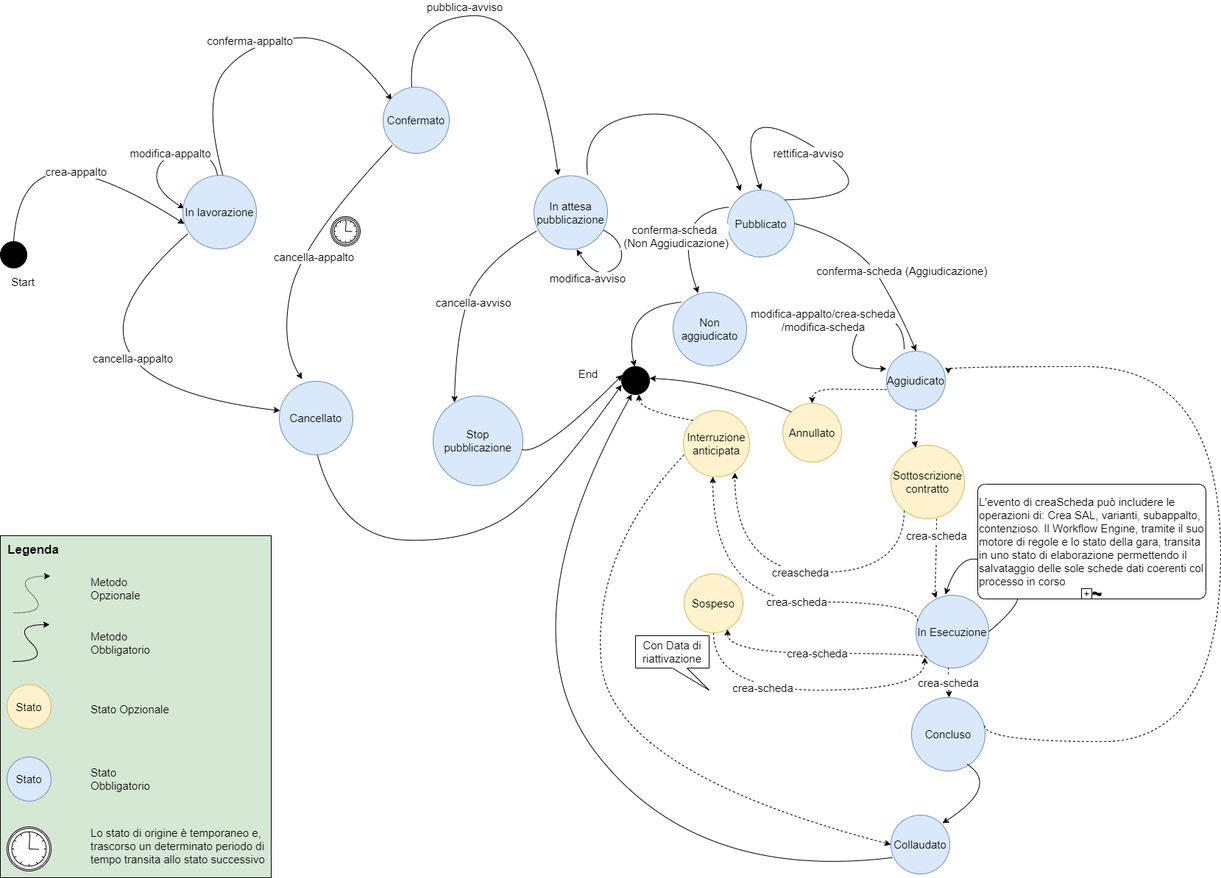
Above: docs/immagini/diagramma-stati-appalto.png in anticorruzione/npa (draw.io), before the change. Source tidied: cells renumbered, new cells last; positions are measured from the earlier drawing's top-left corner, leaving out a move shared by most shapes.
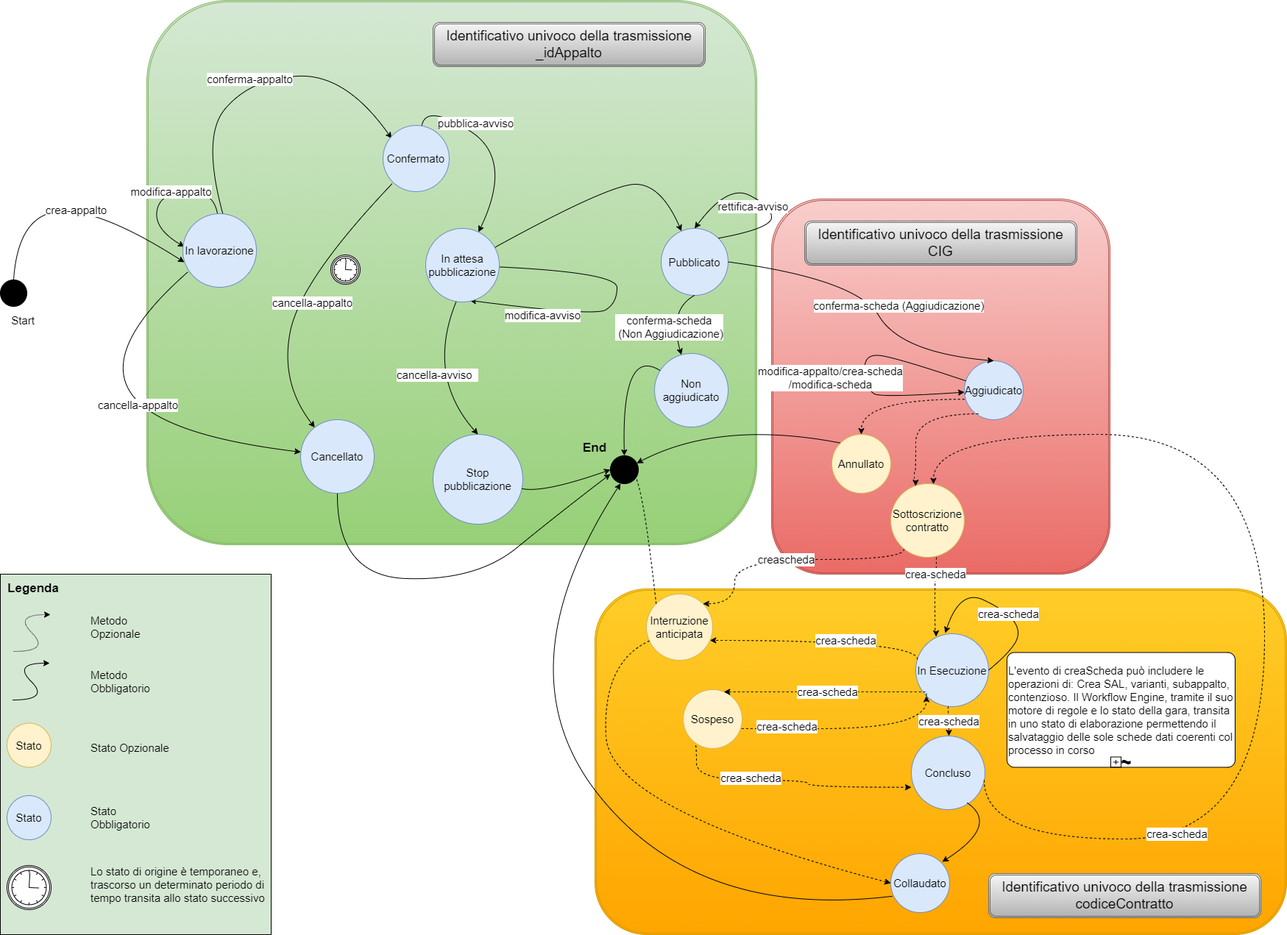
After the change.

What changed in the source:
```diff
@@ -4,2 +4,11 @@
     <mxCell id="1" parent="0" />
+    <mxCell id="69" style="shape=ext;double=1;rounded=1;whiteSpace=wrap;html=1;fillColor=#d5e8d4;strokeColor=#82b366;gradientColor=#97d077;" parent="1" vertex="1">
+      <mxGeometry x="199" y="-66" width="829" height="740" as="geometry" />
+    </mxCell>
+    <mxCell id="70" style="shape=ext;double=1;rounded=1;whiteSpace=wrap;html=1;fillColor=#f8cecc;strokeColor=#b85450;gradientColor=#ea6b66;" parent="1" vertex="1">
+      <mxGeometry x="1048" y="204" width="460" height="510" as="geometry" />
+    </mxCell>
+    <mxCell id="71" style="shape=ext;double=1;rounded=1;whiteSpace=wrap;html=1;fillColor=#ffcd28;strokeColor=#d79b00;gradientColor=#ffa500;" parent="1" vertex="1">
+      <mxGeometry x="808" y="734" width="940" height="470" as="geometry" />
+    </mxCell>
     <mxCell id="2" style="ellipse;whiteSpace=wrap;html=1;labelBackgroundColor=none;fillColor=#000000;fontSize=15;" parent="1" vertex="1">
@@ -11,3 +20,3 @@
     <mxCell id="4" value="Pubblicato" style="ellipse;whiteSpace=wrap;html=1;fillColor=#dae8fc;strokeColor=#6c8ebf;fontSize=15;" parent="1" vertex="1">
-      <mxGeometry x="988" y="244" width="91" height="91" as="geometry" />
+      <mxGeometry x="898" y="244" width="91" height="91" as="geometry" />
     </mxCell>
@@ -17,9 +26,9 @@
     <mxCell id="6" style="ellipse;whiteSpace=wrap;html=1;labelBackgroundColor=none;fillColor=#000000;fontSize=15;" parent="1" vertex="1">
-      <mxGeometry x="844" y="484" width="38" height="38" as="geometry" />
+      <mxGeometry x="829" y="553" width="38" height="38" as="geometry" />
     </mxCell>
-    <mxCell id="7" value="End" style="text;html=1;strokeColor=none;fillColor=none;align=center;verticalAlign=middle;whiteSpace=wrap;rounded=0;fontSize=15;" parent="1" vertex="1">
-      <mxGeometry x="769" y="484" width="60" height="20" as="geometry" />
+    <mxCell id="7" value="End" style="text;html=1;strokeColor=none;fillColor=none;align=center;verticalAlign=middle;whiteSpace=wrap;rounded=0;fontSize=17;fontStyle=1;" parent="1" vertex="1">
+      <mxGeometry x="778" y="533" width="60" height="20" as="geometry" />
     </mxCell>
     <mxCell id="8" value="Aggiudicato" style="ellipse;whiteSpace=wrap;html=1;fillColor=#dae8fc;strokeColor=#6c8ebf;fontSize=15;" parent="1" vertex="1">
-      <mxGeometry x="1204" y="463" width="80" height="80" as="geometry" />
+      <mxGeometry x="1310" y="424" width="80" height="80" as="geometry" />
     </mxCell>
@@ -48,5 +57,4 @@
     </mxCell>
-    <mxCell id="12" value="cancella-appalto" style="curved=1;endArrow=classic;html=1;rounded=0;exitX=0.07;exitY=0.79;exitDx=0;exitDy=0;exitPerimeter=0;entryX=0;entryY=0.5;entryDx=0;entryDy=0;fontSize=15;" parent="1" edge="1" source="24">
+    <mxCell id="12" value="cancella-appalto" style="curved=1;endArrow=classic;html=1;rounded=0;exitX=0.07;exitY=0.79;exitDx=0;exitDy=0;exitPerimeter=0;fontSize=15;" parent="1" edge="1" source="24" target="27">
       <mxGeometry relative="1" as="geometry">
-        <mxPoint x="380" y="544" as="targetPoint" />
         <Array as="points">
@@ -57,6 +65,5 @@
     </mxCell>
-    <mxCell id="13" value="cancella-appalto" style="curved=1;endArrow=classic;html=1;rounded=0;entryX=0.375;entryY=-0.037;entryDx=0;entryDy=0;entryPerimeter=0;fontSize=15;" parent="1" edge="1">
+    <mxCell id="13" value="cancella-appalto" style="curved=1;endArrow=classic;html=1;rounded=0;fontSize=15;" parent="1" edge="1" target="27">
       <mxGeometry x="0.04" y="22" relative="1" as="geometry">
         <mxPoint x="532.5" y="183.1" as="sourcePoint" />
-        <mxPoint x="410" y="501" as="targetPoint" />
         <Array as="points">
@@ -78,9 +85,7 @@
     </mxCell>
-    <mxCell id="15" value="modifica-avviso" style="curved=1;endArrow=classic;html=1;rounded=0;fontSize=15;" parent="1" edge="1">
+    <mxCell id="15" value="modifica-avviso" style="curved=1;endArrow=classic;html=1;rounded=0;fontSize=15;entryX=0.601;entryY=0.979;entryDx=0;entryDy=0;entryPerimeter=0;" parent="1" edge="1" source="26" target="26">
       <mxGeometry x="0.5" y="8" relative="1" as="geometry">
-        <mxPoint x="808" y="294" as="sourcePoint" />
-        <mxPoint x="783" y="324.8" as="targetPoint" />
         <Array as="points">
           <mxPoint x="838" y="304" />
-          <mxPoint x="848" y="345" />
+          <mxPoint x="838" y="345" />
           <mxPoint x="808" y="364" />
@@ -90,9 +95,7 @@
     </mxCell>
-    <mxCell id="16" value="pubblica-avviso" style="curved=1;endArrow=classic;html=1;rounded=0;exitX=0.5;exitY=0;exitDx=0;exitDy=0;fontSize=15;" parent="1" edge="1">
+    <mxCell id="16" value="pubblica-avviso" style="curved=1;endArrow=classic;html=1;rounded=0;fontSize=15;" parent="1" edge="1" source="25" target="26">
       <mxGeometry x="-0.27" y="13" relative="1" as="geometry">
-        <mxPoint x="560" y="114" as="sourcePoint" />
-        <mxPoint x="758" y="224" as="targetPoint" />
         <Array as="points">
-          <mxPoint x="548" y="14" />
-          <mxPoint x="728" />
+          <mxPoint x="578" y="74" />
+          <mxPoint x="698" y="149" />
         </Array>
@@ -103,4 +106,5 @@
         <Array as="points">
-          <mxPoint x="1218" y="254" />
-          <mxPoint x="988" y="114" />
+          <mxPoint x="1048" y="244" />
+          <mxPoint x="1048" y="214" />
+          <mxPoint x="988" y="184" />
         </Array>
@@ -109,8 +113,7 @@
     </mxCell>
-    <mxCell id="18" style="curved=1;endArrow=classic;html=1;rounded=0;entryX=0.196;entryY=0.017;entryDx=0;entryDy=0;entryPerimeter=0;fontSize=15;" parent="1" edge="1" target="4">
+    <mxCell id="18" style="curved=1;endArrow=classic;html=1;rounded=0;fontSize=15;" parent="1" edge="1" source="26" target="4">
       <mxGeometry relative="1" as="geometry">
-        <mxPoint x="798" y="224" as="sourcePoint" />
         <Array as="points">
-          <mxPoint x="788" y="148" />
-          <mxPoint x="968" y="134" />
+          <mxPoint x="828" y="184" />
+          <mxPoint x="898" y="184" />
         </Array>
@@ -118,8 +121,6 @@
     </mxCell>
-    <mxCell id="19" value="&lt;font style=&quot;font-size: 15px;&quot;&gt;cancella-avviso &lt;/font&gt;&amp;nbsp;" style="curved=1;endArrow=classic;html=1;rounded=0;exitX=-0.012;exitY=0.7;exitDx=0;exitDy=0;exitPerimeter=0;fontSize=15;entryX=0.237;entryY=0.072;entryDx=0;entryDy=0;entryPerimeter=0;" parent="1" edge="1" target="5">
+    <mxCell id="19" value="&lt;font style=&quot;font-size: 15px;&quot;&gt;cancella-avviso &lt;/font&gt;&amp;nbsp;" style="curved=1;endArrow=classic;html=1;rounded=0;exitX=0.42;exitY=0.982;exitDx=0;exitDy=0;exitPerimeter=0;fontSize=15;entryX=0.5;entryY=0;entryDx=0;entryDy=0;" parent="1" edge="1" source="26" target="5">
       <mxGeometry x="-0.05" y="14" relative="1" as="geometry">
-        <mxPoint x="728" y="300" as="sourcePoint" />
         <Array as="points">
-          <mxPoint x="670" y="334" />
-          <mxPoint x="620" y="414" />
+          <mxPoint x="578" y="444" />
         </Array>
@@ -140,5 +141,4 @@
     </mxCell>
-    <mxCell id="22" style="curved=1;endArrow=classic;html=1;rounded=0;fontSize=15;entryX=0.003;entryY=0.653;entryDx=0;entryDy=0;entryPerimeter=0;" parent="1" edge="1" target="6">
+    <mxCell id="22" style="curved=1;endArrow=classic;html=1;rounded=0;fontSize=15;entryX=0.003;entryY=0.653;entryDx=0;entryDy=0;entryPerimeter=0;exitX=0.5;exitY=1;exitDx=0;exitDy=0;" parent="1" edge="1" source="27" target="6">
       <mxGeometry relative="1" as="geometry">
-        <mxPoint x="427.7" y="592" as="sourcePoint" />
         <Array as="points">
@@ -165,6 +165,6 @@
     <mxCell id="26" value="In attesa pubblicazione" style="ellipse;whiteSpace=wrap;html=1;fillColor=#dae8fc;strokeColor=#6c8ebf;fontSize=15;" parent="1" vertex="1">
-      <mxGeometry x="725" y="224.5" width="100" height="100" as="geometry" />
+      <mxGeometry x="578" y="244" width="100" height="100" as="geometry" />
     </mxCell>
     <mxCell id="27" value="Cancellato" style="ellipse;whiteSpace=wrap;html=1;fillColor=#dae8fc;strokeColor=#6c8ebf;fontSize=15;" parent="1" vertex="1">
-      <mxGeometry x="379" y="504" width="100" height="100" as="geometry" />
+      <mxGeometry x="408" y="504" width="100" height="100" as="geometry" />
     </mxCell>
@@ -174,3 +174,4 @@
           <mxPoint x="969" y="924" />
-          <mxPoint x="1256" y="924" />
+          <mxPoint x="1258" y="924" />
+          <mxPoint x="1258" y="880" />
         </Array>
@@ -179,11 +180,9 @@
     <mxCell id="29" value="Sospeso" style="ellipse;whiteSpace=wrap;html=1;fillColor=#fff2cc;strokeColor=#d6b656;fontSize=15;" parent="1" vertex="1">
-      <mxGeometry x="929" y="766" width="80" height="80" as="geometry" />
+      <mxGeometry x="928" y="871" width="80" height="80" as="geometry" />
     </mxCell>
     <mxCell id="30" value="Interruzione anticipata" style="ellipse;whiteSpace=wrap;html=1;fillColor=#fff2cc;strokeColor=#d6b656;fontSize=15;" parent="1" vertex="1">
-      <mxGeometry x="928" y="544" width="90" height="90" as="geometry" />
+      <mxGeometry x="878" y="741" width="90" height="90" as="geometry" />
     </mxCell>
-    <mxCell id="31" value="modifica-appalto/crea-scheda&lt;br style=&quot;font-size: 15px;&quot;&gt;/modifica-scheda" style="curved=1;endArrow=classic;html=1;rounded=0;fontSize=15;" parent="1" edge="1">
+    <mxCell id="31" value="modifica-appalto/crea-scheda&lt;br style=&quot;font-size: 15px;&quot;&gt;/modifica-scheda" style="curved=1;endArrow=classic;html=1;rounded=0;fontSize=15;" parent="1" edge="1" source="8" target="8">
       <mxGeometry x="0.06" y="-48" relative="1" as="geometry">
-        <mxPoint x="1228" y="460" as="sourcePoint" />
-        <mxPoint x="1204" y="487" as="targetPoint" />
         <Array as="points">
@@ -191,3 +190,4 @@
           <mxPoint x="1172" y="412" />
-          <mxPoint x="1148" y="487" />
+          <mxPoint x="1178" y="464" />
+          <mxPoint x="1198" y="474" />
         </Array>
@@ -200,9 +200,8 @@
     <mxCell id="33" value="Non aggiudicato" style="ellipse;whiteSpace=wrap;html=1;fillColor=#dae8fc;strokeColor=#6c8ebf;fontSize=15;" parent="1" vertex="1">
-      <mxGeometry x="914" y="383" width="100" height="100" as="geometry" />
+      <mxGeometry x="889" y="414" width="100" height="100" as="geometry" />
     </mxCell>
-    <mxCell id="34" style="curved=1;endArrow=classic;html=1;rounded=0;fontSize=15;exitX=0.022;exitY=0.256;exitDx=0;exitDy=0;exitPerimeter=0;" parent="1" edge="1" source="4">
+    <mxCell id="34" style="curved=1;endArrow=classic;html=1;rounded=0;fontSize=15;exitX=0.5;exitY=1;exitDx=0;exitDy=0;" parent="1" edge="1" source="4" target="33">
       <mxGeometry relative="1" as="geometry">
-        <mxPoint x="948" y="384" as="targetPoint" />
         <Array as="points">
-          <mxPoint x="910" y="274" />
+          <mxPoint x="908" y="354" />
         </Array>
@@ -221,6 +220,4 @@
     </mxCell>
-    <mxCell id="38" style="curved=1;endArrow=classic;html=1;rounded=0;fontSize=15;exitX=-0.096;exitY=0.281;exitDx=0;exitDy=0;exitPerimeter=0;" parent="1" edge="1">
+    <mxCell id="38" style="curved=1;endArrow=classic;html=1;rounded=0;fontSize=15;entryX=0.5;entryY=0;entryDx=0;entryDy=0;" parent="1" edge="1" source="33" target="6">
       <mxGeometry relative="1" as="geometry">
-        <mxPoint x="925.3" y="396.5" as="sourcePoint" />
-        <mxPoint x="862" y="484" as="targetPoint" />
         <Array as="points">
@@ -230,3 +227,3 @@
     </mxCell>
-    <mxCell id="39" style="curved=1;endArrow=classic;html=1;rounded=0;fontSize=15;exitX=1;exitY=0.5;exitDx=0;exitDy=0;" parent="1" edge="1" source="37">
+    <mxCell id="39" value="crea-scheda" style="curved=1;endArrow=classic;html=1;rounded=0;fontSize=15;exitX=1;exitY=0.5;exitDx=0;exitDy=0;" parent="1" edge="1" source="37">
       <mxGeometry x="-0.16" relative="1" as="geometry">
@@ -242,3 +239,3 @@
     <mxCell id="40" value="Annullato" style="ellipse;whiteSpace=wrap;html=1;fillColor=#fff2cc;strokeColor=#d6b656;fontSize=15;" parent="1" vertex="1">
-      <mxGeometry x="1063" y="534" width="80" height="80" as="geometry" />
+      <mxGeometry x="1130" y="524" width="80" height="80" as="geometry" />
     </mxCell>
@@ -258,3 +255,3 @@
     </mxCell>
-    <mxCell id="43" value="creascheda" style="edgeStyle=orthogonalEdgeStyle;curved=1;rounded=0;jettySize=auto;html=1;dashed=1;fontSize=15;entryX=0.778;entryY=0.935;entryDx=0;entryDy=0;entryPerimeter=0;" parent="1" edge="1" target="30">
+    <mxCell id="43" value="creascheda" style="edgeStyle=orthogonalEdgeStyle;curved=1;rounded=0;jettySize=auto;html=1;dashed=1;fontSize=15;entryX=1;entryY=0;entryDx=0;entryDy=0;" parent="1" edge="1" target="30">
       <mxGeometry relative="1" as="geometry">
@@ -262,4 +259,5 @@
         <Array as="points">
-          <mxPoint x="1228" y="764" />
-          <mxPoint x="998" y="764" />
+          <mxPoint x="1228" y="694" />
+          <mxPoint x="998" y="694" />
+          <mxPoint x="998" y="754" />
         </Array>
@@ -297,5 +295,4 @@
     </mxCell>
-    <mxCell id="48" style="curved=1;endArrow=classic;html=1;rounded=0;fontSize=15;exitX=0;exitY=0;exitDx=0;exitDy=0;" parent="1" edge="1" source="40">
+    <mxCell id="48" style="curved=1;endArrow=classic;html=1;rounded=0;fontSize=15;exitX=0;exitY=0;exitDx=0;exitDy=0;" parent="1" edge="1" source="40" target="6">
       <mxGeometry x="0.5" y="8" relative="1" as="geometry">
-        <mxPoint x="882" y="500" as="targetPoint" />
         <Array as="points">
@@ -306,10 +303,9 @@
     </mxCell>
-    <mxCell id="49" style="edgeStyle=orthogonalEdgeStyle;rounded=0;jettySize=auto;html=1;exitX=0.992;exitY=0.381;exitDx=0;exitDy=0;dashed=1;curved=1;fontSize=15;exitPerimeter=0;" parent="1" edge="1" source="46">
+    <mxCell id="49" style="edgeStyle=orthogonalEdgeStyle;rounded=0;jettySize=auto;html=1;dashed=1;curved=1;fontSize=15;" parent="1" edge="1" source="46" target="36">
       <mxGeometry relative="1" as="geometry">
-        <mxPoint x="1288" y="494" as="targetPoint" />
         <Array as="points">
-          <mxPoint x="1337" y="994" />
-          <mxPoint x="1658" y="994" />
-          <mxPoint x="1658" y="484" />
-          <mxPoint x="1288" y="484" />
+          <mxPoint x="1337" y="1074" />
+          <mxPoint x="1718" y="1074" />
+          <mxPoint x="1718" y="524" />
+          <mxPoint x="1268" y="524" />
         </Array>
@@ -317,2 +313,7 @@
     </mxCell>
+    <mxCell id="72" value="crea-scheda" style="edgeLabel;html=1;align=center;verticalAlign=middle;fontSize=15;" parent="49" vertex="1">
+      <mxGeometry x="-0.55" y="8" relative="1" as="geometry">
+        <mxPoint x="1" as="offset" />
+      </mxGeometry>
+    </mxCell>
     <mxCell id="50" value="crea-scheda" style="edgeStyle=orthogonalEdgeStyle;curved=1;rounded=0;jettySize=auto;html=1;dashed=1;fontSize=15;exitX=0.022;exitY=0.352;exitDx=0;exitDy=0;exitPerimeter=0;" parent="1" edge="1" source="37" target="30">
@@ -325,6 +326,6 @@
     </mxCell>
-    <mxCell id="51" style="edgeStyle=orthogonalEdgeStyle;curved=1;rounded=0;jettySize=auto;html=1;dashed=1;fontSize=15;entryX=0.338;entryY=0.031;entryDx=0;entryDy=0;entryPerimeter=0;" parent="1" edge="1" target="36">
+    <mxCell id="51" style="edgeStyle=orthogonalEdgeStyle;curved=1;rounded=0;jettySize=auto;html=1;dashed=1;fontSize=15;entryX=0.338;entryY=0.031;entryDx=0;entryDy=0;entryPerimeter=0;exitX=0.241;exitY=0.9;exitDx=0;exitDy=0;exitPerimeter=0;" parent="1" edge="1" source="8" target="36">
       <mxGeometry relative="1" as="geometry">
-        <mxPoint x="1244" y="543" as="sourcePoint" />
         <Array as="points">
+          <mxPoint x="1244" y="496" />
           <mxPoint x="1244" y="574" />
@@ -337,3 +338,3 @@
     <mxCell id="52" style="rounded=0;whiteSpace=wrap;html=1;strokeColor=#000000;align=left;fontSize=15;fillColor=#D5E8D4;" parent="1" vertex="1">
-      <mxGeometry y="714" width="368" height="465" as="geometry" />
+      <mxGeometry y="714" width="368" height="490" as="geometry" />
     </mxCell>
@@ -388,3 +389,3 @@
     </mxCell>
-    <mxCell id="63" style="curved=1;endArrow=classic;html=1;rounded=0;fontSize=15;entryX=1.267;entryY=0.567;entryDx=0;entryDy=0;entryPerimeter=0;" parent="1" edge="1" source="5" target="7">
+    <mxCell id="63" style="curved=1;endArrow=classic;html=1;rounded=0;fontSize=15;entryX=0;entryY=0.5;entryDx=0;entryDy=0;" parent="1" edge="1" source="5" target="6">
       <mxGeometry relative="1" as="geometry">
@@ -395,10 +396,6 @@
     </mxCell>
-    <mxCell id="64" value="Con Data di riattivazione" style="shape=callout;whiteSpace=wrap;html=1;perimeter=calloutPerimeter;fontColor=#000000;position2=1;fontSize=15;" parent="1" vertex="1">
-      <mxGeometry x="863" y="850" width="100" height="74" as="geometry" />
-    </mxCell>
-    <mxCell id="65" style="curved=1;endArrow=classic;html=1;rounded=0;entryX=0;entryY=0.5;entryDx=0;entryDy=0;fontSize=15;dashed=1;" parent="1" edge="1" target="9">
+    <mxCell id="65" style="curved=1;endArrow=classic;html=1;rounded=0;entryX=0;entryY=0.5;entryDx=0;entryDy=0;fontSize=15;dashed=1;" parent="1" edge="1" source="30" target="9">
       <mxGeometry x="0.04" y="22" relative="1" as="geometry">
-        <mxPoint x="929" y="604" as="sourcePoint" />
         <Array as="points">
-          <mxPoint x="804.4" y="734.9" />
+          <mxPoint x="818" y="834" />
           <mxPoint x="828" y="1034" />
@@ -408,3 +405,3 @@
     <mxCell id="66" value="L'evento di creaScheda può includere le operazioni di: Crea SAL, varianti, subappalto, contenzioso. Il Workflow Engine, tramite il suo motore di regole e lo stato della gara, transita in uno stato di elaborazione permettendo il salvataggio delle sole schede dati coerenti col processo in corso" style="shape=mxgraph.bpmn.task;whiteSpace=wrap;rectStyle=rounded;size=10;html=1;taskMarker=abstract;isAdHoc=1;isLoopSub=1;align=left;fontSize=15;" parent="1" vertex="1">
-      <mxGeometry x="1328" y="644" width="310" height="156" as="geometry" />
+      <mxGeometry x="1368" y="820.5" width="310" height="156" as="geometry" />
     </mxCell>
@@ -416,2 +413,20 @@
     </mxCell>
+    <mxCell id="73" value="crea-scheda" style="edgeStyle=orthogonalEdgeStyle;rounded=0;jettySize=auto;html=1;exitX=0.206;exitY=0.95;exitDx=0;exitDy=0;entryX=0;entryY=0.697;entryDx=0;entryDy=0;dashed=1;curved=1;fontSize=15;fontColor=#000000;exitPerimeter=0;entryPerimeter=0;" parent="1" edge="1" source="29" target="46">
+      <mxGeometry x="-0.3" y="3" relative="1" as="geometry">
+        <Array as="points">
+          <mxPoint x="946" y="994" />
+          <mxPoint x="1098" y="994" />
+          <mxPoint x="1098" y="1004" />
+        </Array>
+      </mxGeometry>
+    </mxCell>
+    <mxCell id="74" value="&lt;font style=&quot;font-size: 19px;&quot;&gt;Identificativo univoco della trasmissione&lt;br&gt;_idAppalto&lt;/font&gt;" style="shape=ext;double=1;rounded=1;whiteSpace=wrap;html=1;fillColor=#f5f5f5;strokeColor=#666666;gradientColor=#b3b3b3;" parent="1" vertex="1">
+      <mxGeometry x="588" y="-36" width="370" height="60" as="geometry" />
+    </mxCell>
+    <mxCell id="75" value="&lt;font style=&quot;font-size: 19px;&quot;&gt;Identificativo univoco della trasmissione&lt;br&gt;codiceContratto&lt;/font&gt;" style="shape=ext;double=1;rounded=1;whiteSpace=wrap;html=1;fillColor=#f5f5f5;strokeColor=#666666;gradientColor=#b3b3b3;" parent="1" vertex="1">
+      <mxGeometry x="1343" y="1121" width="370" height="60" as="geometry" />
+    </mxCell>
+    <mxCell id="76" value="&lt;font style=&quot;font-size: 19px;&quot;&gt;Identificativo univoco della trasmissione&lt;br&gt;CIG&lt;/font&gt;" style="shape=ext;double=1;rounded=1;whiteSpace=wrap;html=1;fillColor=#f5f5f5;strokeColor=#666666;gradientColor=#b3b3b3;" parent="1" vertex="1">
+      <mxGeometry x="1093" y="234" width="370" height="60" as="geometry" />
+    </mxCell>
   </root>
```
